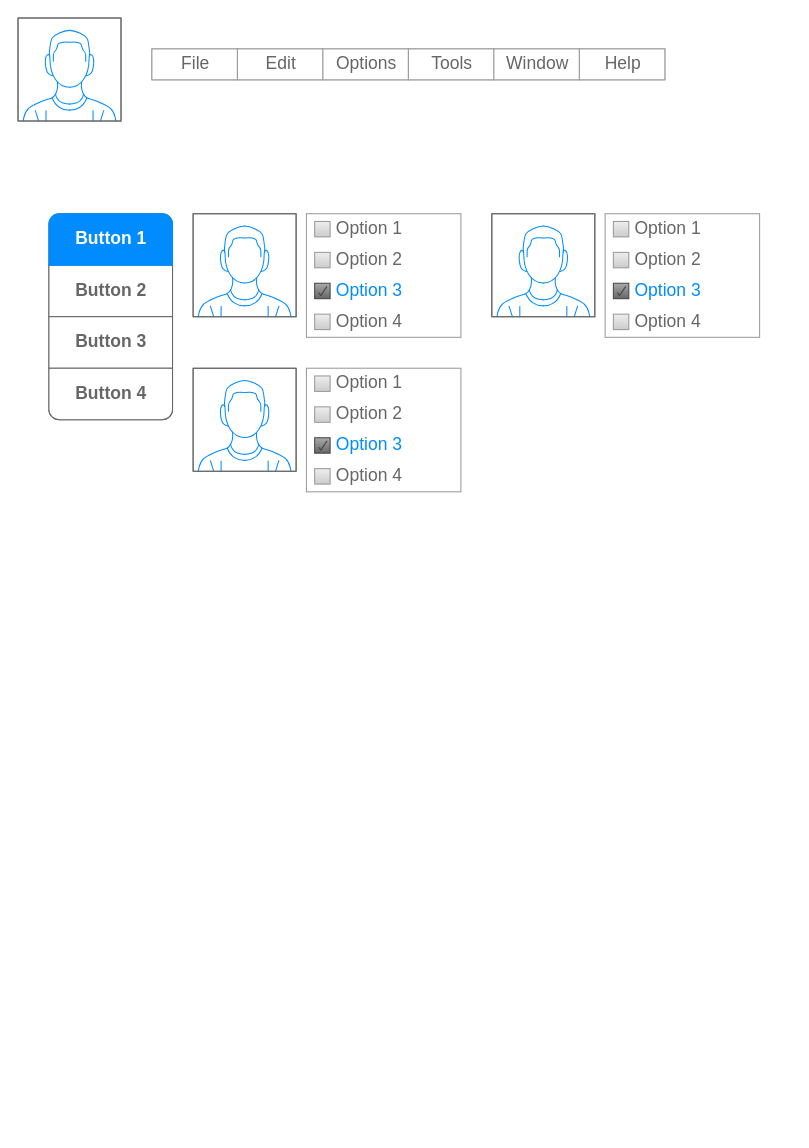
This is wireframe.drawio from jmagit/BOOT20211220, a draw.io file, before an edit. Source tidied: cells renumbered, new cells numbered last; positions are measured from the earlier drawing's top-left corner, leaving out a move shared by most shapes. Both pictures are drawn from the tidied source at 103%, with x=0, y=0 at pixel (18, 18).
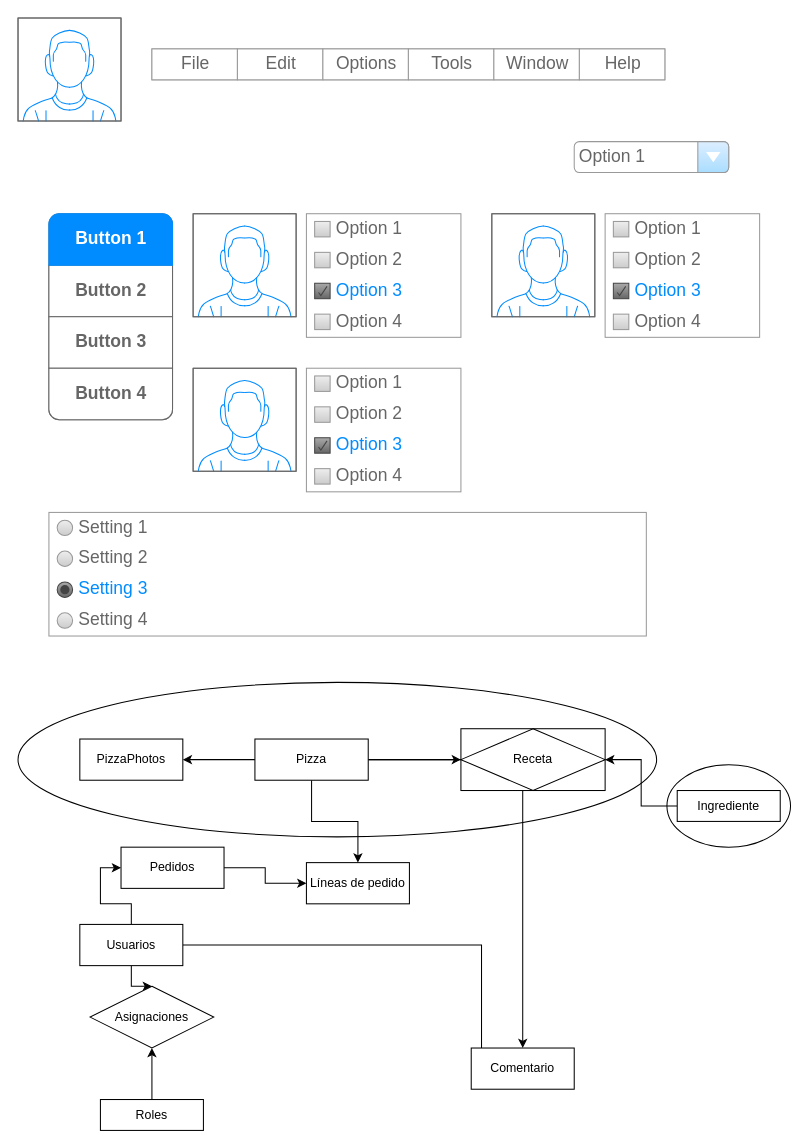
Above is the later version.

What changed in the source:
```diff
@@
+    <mxCell id="33" style="ellipse;whiteSpace=wrap;html=1;" parent="1" vertex="1">
+      <mxGeometry y="645" width="620" height="150" as="geometry" />
+    </mxCell>
+    <mxCell id="34" style="ellipse;whiteSpace=wrap;html=1;" parent="1" vertex="1">
+      <mxGeometry x="630" y="725" width="120" height="80" as="geometry" />
+    </mxCell>
@@
+    <mxCell id="35" style="strokeWidth=1;shadow=0;dashed=0;align=center;html=1;shape=mxgraph.mockup.forms.rrect;rSize=0;strokeColor=#999999;fillColor=#ffffff;" parent="1" vertex="1">
+      <mxGeometry x="30" y="480" width="580" height="120" as="geometry" />
+    </mxCell>
+    <mxCell id="36" value="Setting 1" style="shape=ellipse;rSize=0;fillColor=#eeeeee;strokeColor=#999999;gradientColor=#cccccc;html=1;align=left;spacingLeft=4;fontSize=17;fontColor=#666666;labelPosition=right;" parent="35" vertex="1">
+      <mxGeometry x="8" y="7.5" width="15" height="15" as="geometry" />
+    </mxCell>
+    <mxCell id="37" value="Setting 2" style="shape=ellipse;rSize=0;fillColor=#eeeeee;strokeColor=#999999;gradientColor=#cccccc;html=1;align=left;spacingLeft=4;fontSize=17;fontColor=#666666;labelPosition=right;" parent="35" vertex="1">
+      <mxGeometry x="8" y="37.5" width="15" height="15" as="geometry" />
+    </mxCell>
+    <mxCell id="38" value="Setting 3" style="shape=ellipse;rSize=0;fillColor=#aaaaaa;strokeColor=#444444;gradientColor=#666666;html=1;align=left;spacingLeft=4;fontSize=17;fontColor=#008cff;labelPosition=right;" parent="35" vertex="1">
+      <mxGeometry x="8" y="67.5" width="15" height="15" as="geometry" />
+    </mxCell>
+    <mxCell id="39" style="shape=ellipse;fillColor=#444444;strokeColor=none;html=1;" parent="38" vertex="1">
+      <mxGeometry x="3" y="3" width="9" height="9" as="geometry" />
+    </mxCell>
+    <mxCell id="40" value="Setting 4" style="shape=ellipse;rSize=0;fillColor=#eeeeee;strokeColor=#999999;gradientColor=#cccccc;html=1;align=left;spacingLeft=4;fontSize=17;fontColor=#666666;labelPosition=right;" parent="35" vertex="1">
+      <mxGeometry x="8" y="97.5" width="15" height="15" as="geometry" />
+    </mxCell>
+    <mxCell id="41" value="Option 1" style="strokeWidth=1;shadow=0;dashed=0;align=center;html=1;shape=mxgraph.mockup.forms.comboBox;strokeColor=#999999;fillColor=#ddeeff;align=left;fillColor2=#aaddff;mainText=;fontColor=#666666;fontSize=17;spacingLeft=3;" parent="1" vertex="1">
+      <mxGeometry x="540" y="120" width="150" height="30" as="geometry" />
+    </mxCell>
+    <mxCell id="42" style="edgeStyle=orthogonalEdgeStyle;rounded=0;jettySize=auto;html=1;exitX=0;exitY=0.5;exitDx=0;exitDy=0;" parent="1" edge="1" source="46" target="47">
+      <mxGeometry relative="1" as="geometry" />
+    </mxCell>
+    <mxCell id="43" style="edgeStyle=orthogonalEdgeStyle;rounded=0;jettySize=auto;html=1;" parent="1" edge="1" source="46" target="50">
+      <mxGeometry relative="1" as="geometry" />
+    </mxCell>
+    <mxCell id="44" style="edgeStyle=orthogonalEdgeStyle;rounded=0;jettySize=auto;html=1;" parent="1" edge="1" source="46" target="60">
+      <mxGeometry relative="1" as="geometry" />
+    </mxCell>
+    <mxCell id="45" style="edgeStyle=orthogonalEdgeStyle;rounded=0;jettySize=auto;html=1;" parent="1" edge="1" source="46" target="61">
+      <mxGeometry relative="1" as="geometry" />
+    </mxCell>
+    <mxCell id="46" value="Pizza" style="whiteSpace=wrap;html=1;align=center;" parent="1" vertex="1">
+      <mxGeometry x="230" y="700" width="110" height="40" as="geometry" />
+    </mxCell>
+    <mxCell id="47" value="PizzaPhotos" style="whiteSpace=wrap;html=1;align=center;" parent="1" vertex="1">
+      <mxGeometry x="60" y="700" width="100" height="40" as="geometry" />
+    </mxCell>
+    <mxCell id="48" style="edgeStyle=orthogonalEdgeStyle;rounded=0;jettySize=auto;html=1;" parent="1" edge="1" source="49" target="50">
+      <mxGeometry relative="1" as="geometry" />
+    </mxCell>
+    <mxCell id="49" value="Ingrediente" style="whiteSpace=wrap;html=1;align=center;" parent="1" vertex="1">
+      <mxGeometry x="640" y="750" width="100" height="30" as="geometry" />
+    </mxCell>
+    <mxCell id="50" value="Receta" style="shape=associativeEntity;whiteSpace=wrap;html=1;align=center;" parent="1" vertex="1">
+      <mxGeometry x="430" y="690" width="140" height="60" as="geometry" />
+    </mxCell>
+    <mxCell id="51" style="edgeStyle=orthogonalEdgeStyle;rounded=0;jettySize=auto;html=1;" parent="1" edge="1" source="54" target="57">
+      <mxGeometry relative="1" as="geometry" />
+    </mxCell>
+    <mxCell id="52" style="edgeStyle=orthogonalEdgeStyle;rounded=0;jettySize=auto;html=1;entryX=0;entryY=0.5;entryDx=0;entryDy=0;" parent="1" edge="1" source="54" target="59">
+      <mxGeometry relative="1" as="geometry" />
+    </mxCell>
+    <mxCell id="53" style="edgeStyle=orthogonalEdgeStyle;rounded=0;jettySize=auto;html=1;entryX=0.1;entryY=0.5;entryDx=0;entryDy=0;entryPerimeter=0;" parent="1" edge="1" source="54" target="61">
+      <mxGeometry relative="1" as="geometry" />
+    </mxCell>
+    <mxCell id="54" value="Usuarios" style="whiteSpace=wrap;html=1;align=center;" parent="1" vertex="1">
+      <mxGeometry x="60" y="880" width="100" height="40" as="geometry" />
+    </mxCell>
+    <mxCell id="55" style="edgeStyle=orthogonalEdgeStyle;rounded=0;jettySize=auto;html=1;" parent="1" edge="1" source="56" target="57">
+      <mxGeometry relative="1" as="geometry" />
+    </mxCell>
+    <mxCell id="56" value="Roles" style="whiteSpace=wrap;html=1;align=center;" parent="1" vertex="1">
+      <mxGeometry x="80" y="1050" width="100" height="30" as="geometry" />
+    </mxCell>
+    <mxCell id="57" value="Asignaciones" style="shape=rhombus;perimeter=rhombusPerimeter;whiteSpace=wrap;html=1;align=center;" parent="1" vertex="1">
+      <mxGeometry x="70" y="940" width="120" height="60" as="geometry" />
+    </mxCell>
+    <mxCell id="58" style="edgeStyle=orthogonalEdgeStyle;rounded=0;jettySize=auto;html=1;" parent="1" edge="1" source="59" target="60">
+      <mxGeometry relative="1" as="geometry" />
+    </mxCell>
+    <mxCell id="59" value="Pedidos" style="whiteSpace=wrap;html=1;align=center;" parent="1" vertex="1">
+      <mxGeometry x="100" y="805" width="100" height="40" as="geometry" />
+    </mxCell>
+    <mxCell id="60" value="Líneas de pedido" style="whiteSpace=wrap;html=1;align=center;" parent="1" vertex="1">
+      <mxGeometry x="280" y="820" width="100" height="40" as="geometry" />
+    </mxCell>
+    <mxCell id="61" value="Comentario" style="whiteSpace=wrap;html=1;align=center;" parent="1" vertex="1">
+      <mxGeometry x="440" y="1000" width="100" height="40" as="geometry" />
+    </mxCell>
```
